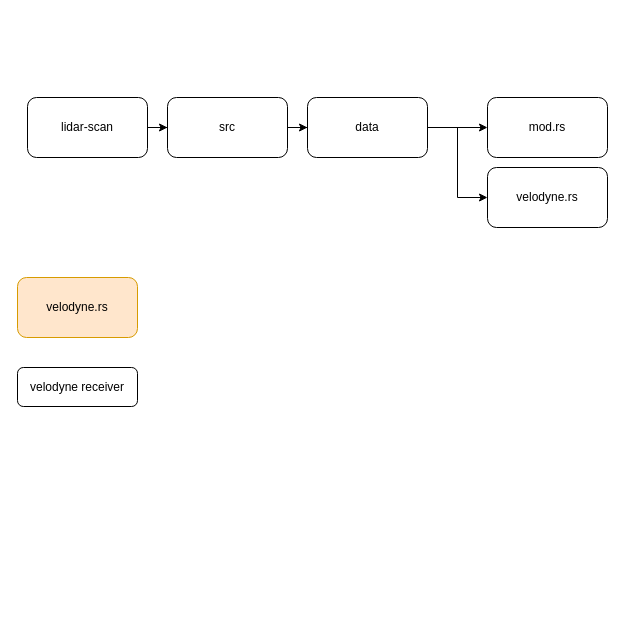
Above: lidar-scan.drawio in YueChuCheng/Wayside_draw (draw.io), before the change. Source tidied: cells renumbered, new cells numbered last; positions are measured from the earlier drawing's top-left corner, leaving out a move shared by most shapes. Both pictures are drawn from the tidied source at 100%, with x=0, y=0 at pixel (17, 97).
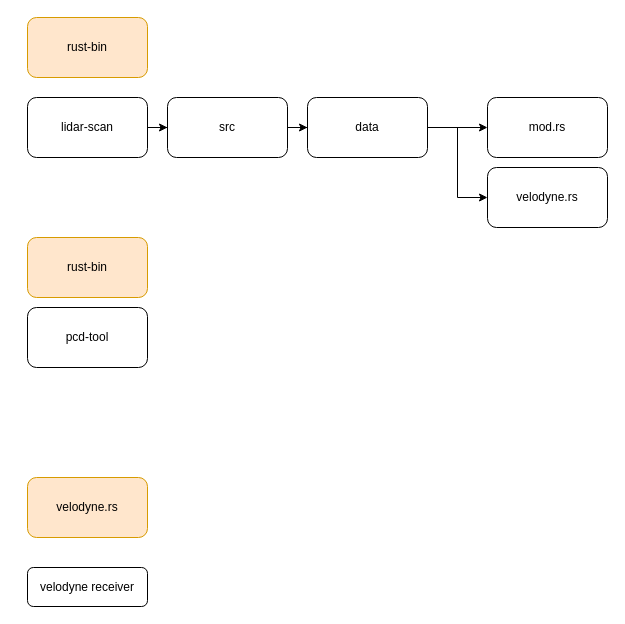
The same diagram, later.

The edit, as a diff of the source:
```diff
@@
 <mxGraphModel>
   <root>
     <mxCell id="0" />
     <mxCell id="1" parent="0" />
     <mxCell id="2" style="edgeStyle=orthogonalEdgeStyle;rounded=0;jettySize=auto;html=1;" parent="1" edge="1" source="3" target="9">
       <mxGeometry relative="1" as="geometry" />
     </mxCell>
     <mxCell id="3" value="lidar-scan" style="rounded=1;whiteSpace=wrap;html=1;" parent="1" vertex="1">
       <mxGeometry x="10" width="120" height="60" as="geometry" />
     </mxCell>
     <mxCell id="4" style="edgeStyle=orthogonalEdgeStyle;rounded=0;jettySize=auto;html=1;" parent="1" edge="1" source="6" target="7">
       <mxGeometry relative="1" as="geometry" />
     </mxCell>
     <mxCell id="5" style="edgeStyle=orthogonalEdgeStyle;rounded=0;jettySize=auto;html=1;entryX=0;entryY=0.5;entryDx=0;entryDy=0;" parent="1" edge="1" source="6" target="10">
       <mxGeometry relative="1" as="geometry" />
     </mxCell>
     <mxCell id="6" value="data" style="rounded=1;whiteSpace=wrap;html=1;" parent="1" vertex="1">
       <mxGeometry x="290" width="120" height="60" as="geometry" />
     </mxCell>
     <mxCell id="7" value="mod.rs" style="rounded=1;whiteSpace=wrap;html=1;" parent="1" vertex="1">
       <mxGeometry x="470" width="120" height="60" as="geometry" />
     </mxCell>
     <mxCell id="8" style="edgeStyle=orthogonalEdgeStyle;rounded=0;jettySize=auto;html=1;" parent="1" edge="1" source="9" target="6">
       <mxGeometry relative="1" as="geometry" />
     </mxCell>
     <mxCell id="9" value="src" style="rounded=1;whiteSpace=wrap;html=1;" parent="1" vertex="1">
       <mxGeometry x="150" width="120" height="60" as="geometry" />
     </mxCell>
     <mxCell id="10" value="velodyne.rs&lt;br&gt;" style="rounded=1;whiteSpace=wrap;html=1;" parent="1" vertex="1">
       <mxGeometry x="470" y="70" width="120" height="60" as="geometry" />
     </mxCell>
     <mxCell id="11" value="velodyne.rs&lt;br&gt;" style="rounded=1;whiteSpace=wrap;html=1;fillColor=#ffe6cc;strokeColor=#d79b00;" parent="1" vertex="1">
-      <mxGeometry y="180" width="120" height="60" as="geometry" />
+      <mxGeometry x="10" y="380" width="120" height="60" as="geometry" />
     </mxCell>
     <mxCell id="12" value="velodyne receiver" style="rounded=1;whiteSpace=wrap;html=1;" parent="1" vertex="1">
-      <mxGeometry y="270" width="120" height="39" as="geometry" />
+      <mxGeometry x="10" y="470" width="120" height="39" as="geometry" />
     </mxCell>
+    <mxCell id="13" value="rust-bin" style="rounded=1;whiteSpace=wrap;html=1;fillColor=#ffe6cc;strokeColor=#d79b00;" parent="1" vertex="1">
+      <mxGeometry x="10" y="-80" width="120" height="60" as="geometry" />
+    </mxCell>
+    <mxCell id="14" value="rust-bin" style="rounded=1;whiteSpace=wrap;html=1;fillColor=#ffe6cc;strokeColor=#d79b00;" parent="1" vertex="1">
+      <mxGeometry x="10" y="140" width="120" height="60" as="geometry" />
+    </mxCell>
+    <mxCell id="15" value="pcd-tool" style="rounded=1;whiteSpace=wrap;html=1;" parent="1" vertex="1">
+      <mxGeometry x="10" y="210" width="120" height="60" as="geometry" />
+    </mxCell>
   </root>
 </mxGraphModel>
```
